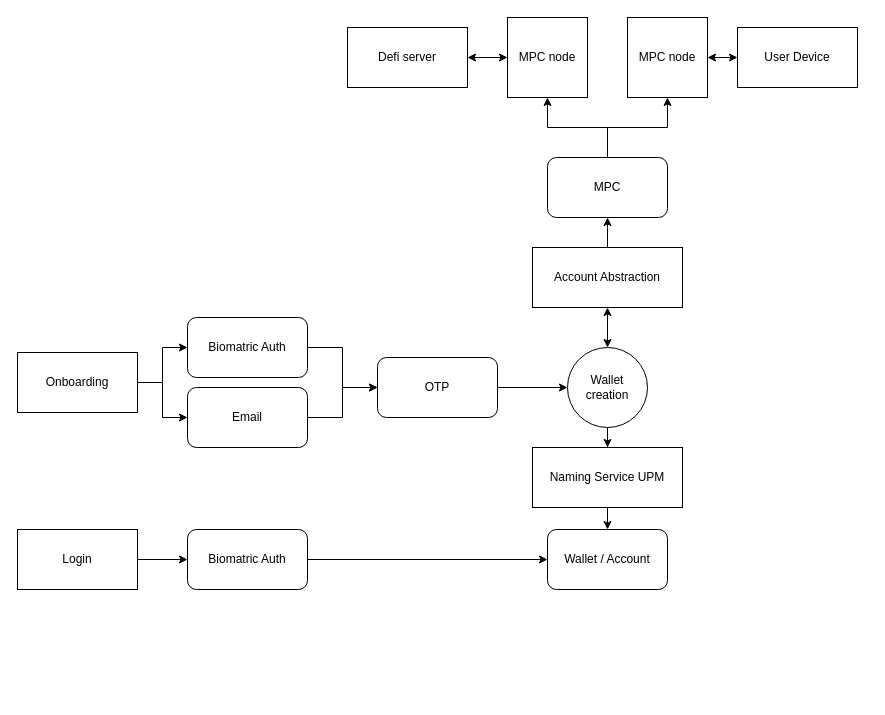
ali-05-ahmed/Concept-Diagrams keeps this draw.io diagram as PasswordlessWalletDefi.com.drawio. Above is the earlier version. Source tidied: cells renumbered, new cells numbered last; positions are measured from the earlier drawing's top-left corner, leaving out a move shared by most shapes. Both pictures are drawn from the tidied source at 100%, with x=0, y=0 at pixel (17, 17).
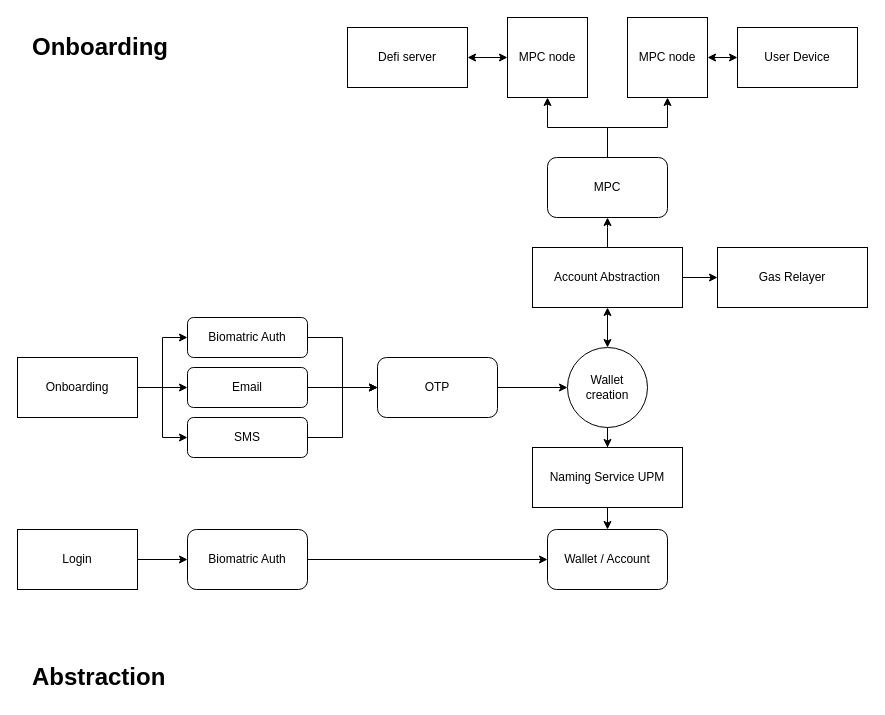
After the change.

The change refers to these unchanged cells:
```xml
<mxCell id="10" value="OTP" style="rounded=1;whiteSpace=wrap;html=1;" parent="1" vertex="1">
  <mxGeometry x="360" y="340" width="120" height="60" as="geometry" />
</mxCell>
<mxCell id="31" value="Account Abstraction" style="rounded=0;whiteSpace=wrap;html=1;" parent="1" vertex="1">
  <mxGeometry x="515" y="230" width="150" height="60" as="geometry" />
</mxCell>
```

The edit, as a diff of the source:
```diff
@@
+    <mxCell id="32" style="edgeStyle=orthogonalEdgeStyle;rounded=0;jettySize=auto;html=1;entryX=0;entryY=0.5;entryDx=0;entryDy=0;" parent="1" edge="1" source="4" target="38">
+      <mxGeometry relative="1" as="geometry" />
+    </mxCell>
     <mxCell id="4" value="Onboarding" style="rounded=0;whiteSpace=wrap;html=1;" parent="1" vertex="1">
-      <mxGeometry y="335" width="120" height="60" as="geometry" />
+      <mxGeometry y="340" width="120" height="60" as="geometry" />
     </mxCell>
@@
     <mxCell id="6" value="Email" style="rounded=1;whiteSpace=wrap;html=1;" parent="1" vertex="1">
-      <mxGeometry x="170" y="370" width="120" height="60" as="geometry" />
+      <mxGeometry x="170" y="350" width="120" height="40" as="geometry" />
     </mxCell>
@@
     <mxCell id="8" value="Biomatric Auth" style="rounded=1;whiteSpace=wrap;html=1;" parent="1" vertex="1">
-      <mxGeometry x="170" y="300" width="120" height="60" as="geometry" />
+      <mxGeometry x="170" y="300" width="120" height="40" as="geometry" />
     </mxCell>
@@
+    <mxCell id="33" style="edgeStyle=orthogonalEdgeStyle;rounded=0;jettySize=auto;html=1;" parent="1" edge="1" source="31" target="36">
+      <mxGeometry relative="1" as="geometry" />
+    </mxCell>
@@
+    <mxCell id="34" value="&lt;h1&gt;Onboarding&lt;/h1&gt;" style="text;html=1;spacing=5;spacingTop=-20;whiteSpace=wrap;overflow=hidden;rounded=0;" parent="1" vertex="1">
+      <mxGeometry x="10" y="10" width="190" height="40" as="geometry" />
+    </mxCell>
+    <mxCell id="35" value="&lt;h1&gt;Abstraction&lt;/h1&gt;" style="text;html=1;spacing=5;spacingTop=-20;whiteSpace=wrap;overflow=hidden;rounded=0;" parent="1" vertex="1">
+      <mxGeometry x="10" y="640" width="190" height="40" as="geometry" />
+    </mxCell>
+    <mxCell id="36" value="Gas Relayer" style="rounded=0;whiteSpace=wrap;html=1;" parent="1" vertex="1">
+      <mxGeometry x="700" y="230" width="150" height="60" as="geometry" />
+    </mxCell>
+    <mxCell id="37" style="edgeStyle=orthogonalEdgeStyle;rounded=0;jettySize=auto;html=1;entryX=0;entryY=0.5;entryDx=0;entryDy=0;" parent="1" edge="1" source="38" target="10">
+      <mxGeometry relative="1" as="geometry" />
+    </mxCell>
+    <mxCell id="38" value="SMS" style="rounded=1;whiteSpace=wrap;html=1;" parent="1" vertex="1">
+      <mxGeometry x="170" y="400" width="120" height="40" as="geometry" />
+    </mxCell>
```
